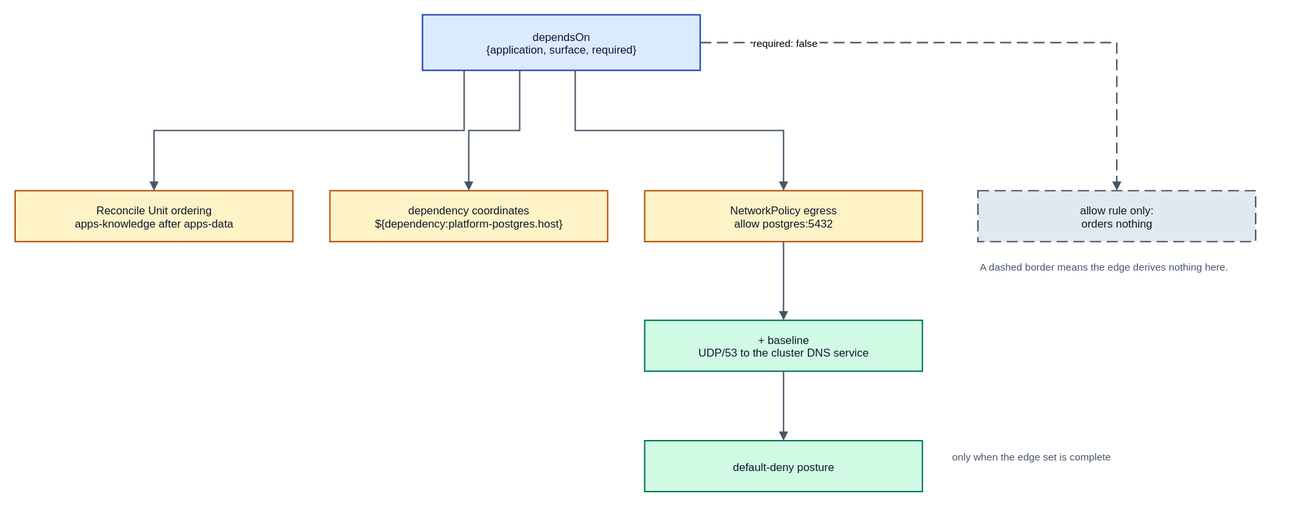
Earlier version of the draw.io export spec/v1/diagrams/16-edge-derives.drawio.svg (JorisJonkers-dev/deploy-kit). Source tidied: cells renumbered, new cells last; positions are measured from the earlier drawing's top-left corner, leaving out a move shared by most shapes.
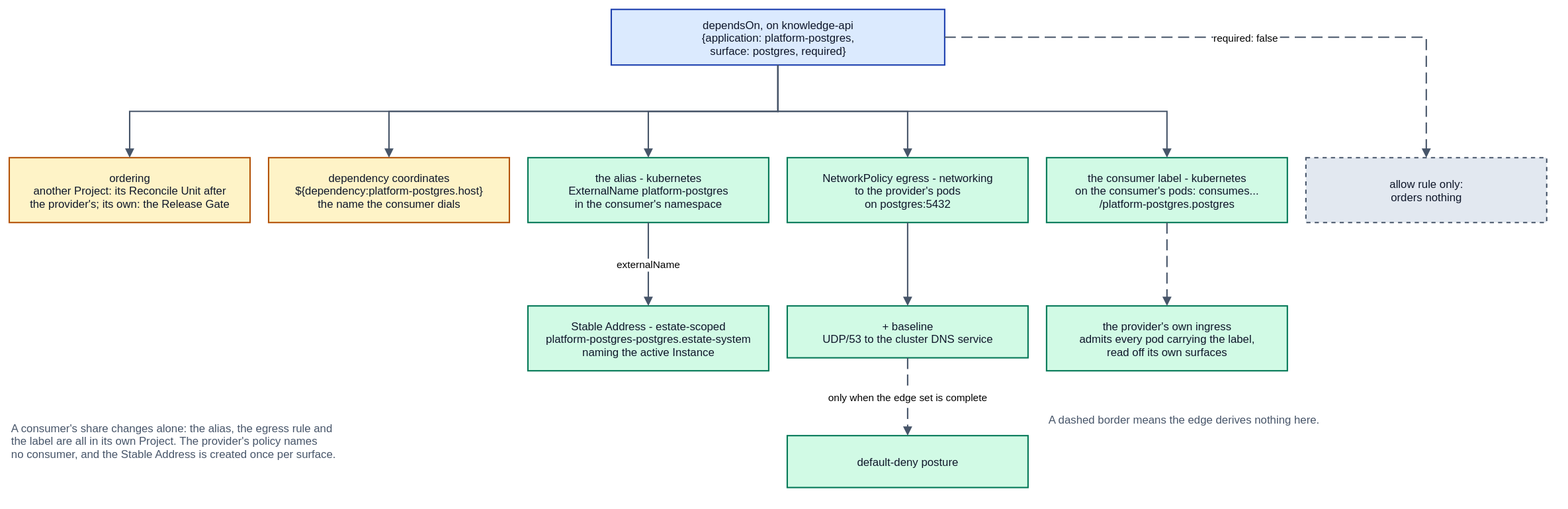
After the change.

Commit message:
docs(spec): redraw what a dependency edge derives with the alias, the Stable Address and the consumer label

Diff of the diagram source:
```diff
@@ -2,50 +2,74 @@
   <root>
     <mxCell id="0" />
     <mxCell id="1" parent="0" />
-    <mxCell id="2" value="dependsOn&#10;{application, surface, required}" style="rounded=0;whiteSpace=nowrap;html=0;align=center;verticalAlign=middle;fillColor=#dbeafe;strokeColor=#1e40af;strokeWidth=1.5;fontFamily=Helvetica;fontSize=12;fontColor=#0f172a;" parent="1" vertex="1">
-      <mxGeometry x="440" width="300" height="60" as="geometry" />
-    </mxCell>
-    <mxCell id="3" value="Reconcile Unit ordering&#10;apps-knowledge after apps-data" style="rounded=0;whiteSpace=nowrap;html=0;align=center;verticalAlign=middle;fillColor=#fef3c7;strokeColor=#b45309;strokeWidth=1.5;fontFamily=Helvetica;fontSize=12;fontColor=#0f172a;" parent="1" vertex="1">
-      <mxGeometry y="190" width="300" height="55" as="geometry" />
-    </mxCell>
-    <mxCell id="4" value="dependency coordinates&#10;${dependency:platform-postgres.host}" style="rounded=0;whiteSpace=nowrap;html=0;align=center;verticalAlign=middle;fillColor=#fef3c7;strokeColor=#b45309;strokeWidth=1.5;fontFamily=Helvetica;fontSize=12;fontColor=#0f172a;" parent="1" vertex="1">
-      <mxGeometry x="340" y="190" width="300" height="55" as="geometry" />
-    </mxCell>
-    <mxCell id="5" value="NetworkPolicy egress&#10;allow postgres:5432" style="rounded=0;whiteSpace=nowrap;html=0;align=center;verticalAlign=middle;fillColor=#fef3c7;strokeColor=#b45309;strokeWidth=1.5;fontFamily=Helvetica;fontSize=12;fontColor=#0f172a;" parent="1" vertex="1">
-      <mxGeometry x="680" y="190" width="300" height="55" as="geometry" />
-    </mxCell>
+    <mxCell id="17" value="dependsOn, on knowledge-api&#10;{application: platform-postgres,&#10;surface: postgres, required}" style="rounded=0;whiteSpace=nowrap;html=0;align=center;verticalAlign=middle;fillColor=#dbeafe;strokeColor=#1e40af;strokeWidth=1.5;fontFamily=Helvetica;fontSize=12;fontColor=#0f172a;" parent="1" vertex="1">
+      <mxGeometry x="650" width="360" height="60" as="geometry" />
+    </mxCell>
+    <mxCell id="18" value="ordering&#10;another Project: its Reconcile Unit after&#10;the provider's; its own: the Release Gate" style="rounded=0;whiteSpace=nowrap;html=0;align=center;verticalAlign=middle;fillColor=#fef3c7;strokeColor=#b45309;strokeWidth=1.5;fontFamily=Helvetica;fontSize=12;fontColor=#0f172a;" parent="1" vertex="1">
+      <mxGeometry y="160" width="260" height="70" as="geometry" />
+    </mxCell>
+    <mxCell id="19" value="dependency coordinates&#10;${dependency:platform-postgres.host}&#10;the name the consumer dials" style="rounded=0;whiteSpace=nowrap;html=0;align=center;verticalAlign=middle;fillColor=#fef3c7;strokeColor=#b45309;strokeWidth=1.5;fontFamily=Helvetica;fontSize=12;fontColor=#0f172a;" parent="1" vertex="1">
+      <mxGeometry x="280" y="160" width="260" height="70" as="geometry" />
+    </mxCell>
+    <mxCell id="20" value="the alias - kubernetes&#10;ExternalName platform-postgres&#10;in the consumer's namespace" style="rounded=0;whiteSpace=nowrap;html=0;align=center;verticalAlign=middle;fillColor=#d1fae5;strokeColor=#047857;strokeWidth=1.5;fontFamily=Helvetica;fontSize=12;fontColor=#0f172a;" parent="1" vertex="1">
+      <mxGeometry x="560" y="160" width="260" height="70" as="geometry" />
+    </mxCell>
+    <mxCell id="21" value="NetworkPolicy egress - networking&#10;to the provider's pods&#10;on postgres:5432" style="rounded=0;whiteSpace=nowrap;html=0;align=center;verticalAlign=middle;fillColor=#d1fae5;strokeColor=#047857;strokeWidth=1.5;fontFamily=Helvetica;fontSize=12;fontColor=#0f172a;" parent="1" vertex="1">
+      <mxGeometry x="840" y="160" width="260" height="70" as="geometry" />
+    </mxCell>
+    <mxCell id="22" value="the consumer label - kubernetes&#10;on the consumer's pods: consumes...&#10;/platform-postgres.postgres" style="rounded=0;whiteSpace=nowrap;html=0;align=center;verticalAlign=middle;fillColor=#d1fae5;strokeColor=#047857;strokeWidth=1.5;fontFamily=Helvetica;fontSize=12;fontColor=#0f172a;" parent="1" vertex="1">
+      <mxGeometry x="1120" y="160" width="260" height="70" as="geometry" />
+    </mxCell>
-    <mxCell id="6" value="allow rule only:&#10;orders nothing" style="rounded=0;whiteSpace=nowrap;html=0;align=center;verticalAlign=middle;fillColor=#e2e8f0;strokeColor=#475569;strokeWidth=1.5;fontFamily=Helvetica;fontSize=12;fontColor=#0f172a;dashed=1;dashPattern=8 4;" parent="1" vertex="1">
-      <mxGeometry x="1040" y="190" width="300" height="55" as="geometry" />
+    <mxCell id="6" value="allow rule only:&#10;orders nothing" style="rounded=0;whiteSpace=nowrap;html=0;align=center;verticalAlign=middle;fillColor=#e2e8f0;strokeColor=#475569;strokeWidth=1.5;fontFamily=Helvetica;fontSize=12;fontColor=#0f172a;dashed=1;" parent="1" vertex="1">
+      <mxGeometry x="1400" y="160" width="260" height="70" as="geometry" />
     </mxCell>
+    <mxCell id="23" style="edgeStyle=orthogonalEdgeStyle;rounded=0;html=0;jettySize=auto;jumpStyle=arc;jumpSize=8;endArrow=block;endFill=1;strokeColor=#475569;strokeWidth=1.5;fontSize=11;fontFamily=Helvetica;labelBackgroundColor=#ffffff;exitX=0.5;exitY=1;exitDx=0;exitDy=0;entryX=0.5;entryY=0;entryDx=0;entryDy=0;" parent="1" edge="1" source="17" target="18">
+      <mxGeometry relative="1" as="geometry" />
+    </mxCell>
+    <mxCell id="24" style="edgeStyle=orthogonalEdgeStyle;rounded=0;html=0;jettySize=auto;jumpStyle=arc;jumpSize=8;endArrow=block;endFill=1;strokeColor=#475569;strokeWidth=1.5;fontSize=11;fontFamily=Helvetica;labelBackgroundColor=#ffffff;exitX=0.5;exitY=1;exitDx=0;exitDy=0;entryX=0.5;entryY=0;entryDx=0;entryDy=0;" parent="1" edge="1" source="17" target="19">
+      <mxGeometry relative="1" as="geometry" />
+    </mxCell>
+    <mxCell id="25" style="edgeStyle=orthogonalEdgeStyle;rounded=0;html=0;jettySize=auto;jumpStyle=arc;jumpSize=8;endArrow=block;endFill=1;strokeColor=#475569;strokeWidth=1.5;fontSize=11;fontFamily=Helvetica;labelBackgroundColor=#ffffff;exitX=0.5;exitY=1;exitDx=0;exitDy=0;entryX=0.5;entryY=0;entryDx=0;entryDy=0;" parent="1" edge="1" source="17" target="20">
+      <mxGeometry relative="1" as="geometry" />
+    </mxCell>
+    <mxCell id="26" style="edgeStyle=orthogonalEdgeStyle;rounded=0;html=0;jettySize=auto;jumpStyle=arc;jumpSize=8;endArrow=block;endFill=1;strokeColor=#475569;strokeWidth=1.5;fontSize=11;fontFamily=Helvetica;labelBackgroundColor=#ffffff;exitX=0.5;exitY=1;exitDx=0;exitDy=0;entryX=0.5;entryY=0;entryDx=0;entryDy=0;" parent="1" edge="1" source="17" target="21">
+      <mxGeometry relative="1" as="geometry" />
+    </mxCell>
+    <mxCell id="27" style="edgeStyle=orthogonalEdgeStyle;rounded=0;html=0;jettySize=auto;jumpStyle=arc;jumpSize=8;endArrow=block;endFill=1;strokeColor=#475569;strokeWidth=1.5;fontSize=11;fontFamily=Helvetica;labelBackgroundColor=#ffffff;exitX=0.5;exitY=1;exitDx=0;exitDy=0;entryX=0.5;entryY=0;entryDx=0;entryDy=0;" parent="1" edge="1" source="17" target="22">
+      <mxGeometry relative="1" as="geometry" />
+    </mxCell>
+    <mxCell id="12" value="required: false" style="edgeStyle=orthogonalEdgeStyle;rounded=0;html=0;jettySize=auto;jumpStyle=arc;jumpSize=8;endArrow=block;endFill=1;strokeColor=#475569;strokeWidth=1.5;fontSize=11;fontFamily=Helvetica;labelBackgroundColor=#ffffff;exitX=1;exitY=0.5;exitDx=0;exitDy=0;entryX=0.5;entryY=0;entryDx=0;entryDy=0;dashed=1;dashPattern=8 4;" parent="1" edge="1" source="17" target="6">
+      <mxGeometry relative="1" as="geometry" />
+    </mxCell>
+    <mxCell id="28" value="Stable Address - estate-scoped&#10;platform-postgres-postgres.estate-system&#10;naming the active Instance" style="rounded=0;whiteSpace=nowrap;html=0;align=center;verticalAlign=middle;fillColor=#d1fae5;strokeColor=#047857;strokeWidth=1.5;fontFamily=Helvetica;fontSize=12;fontColor=#0f172a;" parent="1" vertex="1">
+      <mxGeometry x="560" y="320" width="260" height="70" as="geometry" />
+    </mxCell>
     <mxCell id="7" value="+ baseline&#10;UDP/53 to the cluster DNS service" style="rounded=0;whiteSpace=nowrap;html=0;align=center;verticalAlign=middle;fillColor=#d1fae5;strokeColor=#047857;strokeWidth=1.5;fontFamily=Helvetica;fontSize=12;fontColor=#0f172a;" parent="1" vertex="1">
-      <mxGeometry x="680" y="330" width="300" height="55" as="geometry" />
+      <mxGeometry x="840" y="320" width="260" height="56" as="geometry" />
     </mxCell>
+    <mxCell id="29" value="the provider's own ingress&#10;admits every pod carrying the label,&#10;read off its own surfaces" style="rounded=0;whiteSpace=nowrap;html=0;align=center;verticalAlign=middle;fillColor=#d1fae5;strokeColor=#047857;strokeWidth=1.5;fontFamily=Helvetica;fontSize=12;fontColor=#0f172a;" parent="1" vertex="1">
+      <mxGeometry x="1120" y="320" width="260" height="70" as="geometry" />
+    </mxCell>
     <mxCell id="8" value="default-deny posture" style="rounded=0;whiteSpace=nowrap;html=0;align=center;verticalAlign=middle;fillColor=#d1fae5;strokeColor=#047857;strokeWidth=1.5;fontFamily=Helvetica;fontSize=12;fontColor=#0f172a;" parent="1" vertex="1">
-      <mxGeometry x="680" y="460" width="300" height="55" as="geometry" />
+      <mxGeometry x="840" y="460" width="260" height="56" as="geometry" />
     </mxCell>
+    <mxCell id="30" value="externalName" style="edgeStyle=orthogonalEdgeStyle;rounded=0;html=0;jettySize=auto;jumpStyle=arc;jumpSize=8;endArrow=block;endFill=1;strokeColor=#475569;strokeWidth=1.5;fontSize=11;fontFamily=Helvetica;labelBackgroundColor=#ffffff;exitX=0.5;exitY=1;exitDx=0;exitDy=0;entryX=0.5;entryY=0;entryDx=0;entryDy=0;" parent="1" edge="1" source="20" target="28">
+      <mxGeometry relative="1" as="geometry" />
+    </mxCell>
-    <mxCell id="9" style="edgeStyle=orthogonalEdgeStyle;rounded=0;html=0;jettySize=auto;jumpStyle=arc;jumpSize=8;endArrow=block;endFill=1;strokeColor=#475569;strokeWidth=1.5;fontSize=11;fontFamily=Helvetica;labelBackgroundColor=#ffffff;exitX=0.15;exitY=1;exitDx=0;exitDy=0;entryX=0.5;entryY=0;entryDx=0;entryDy=0;" parent="1" edge="1" source="2" target="3">
+    <mxCell id="9" style="edgeStyle=orthogonalEdgeStyle;rounded=0;html=0;jettySize=auto;jumpStyle=arc;jumpSize=8;endArrow=block;endFill=1;strokeColor=#475569;strokeWidth=1.5;fontSize=11;fontFamily=Helvetica;labelBackgroundColor=#ffffff;exitX=0.5;exitY=1;exitDx=0;exitDy=0;entryX=0.5;entryY=0;entryDx=0;entryDy=0;" parent="1" edge="1" source="21" target="7">
       <mxGeometry relative="1" as="geometry" />
     </mxCell>
-    <mxCell id="10" style="edgeStyle=orthogonalEdgeStyle;rounded=0;html=0;jettySize=auto;jumpStyle=arc;jumpSize=8;endArrow=block;endFill=1;strokeColor=#475569;strokeWidth=1.5;fontSize=11;fontFamily=Helvetica;labelBackgroundColor=#ffffff;exitX=0.35;exitY=1;exitDx=0;exitDy=0;entryX=0.5;entryY=0;entryDx=0;entryDy=0;" parent="1" edge="1" source="2" target="4">
+    <mxCell id="10" style="edgeStyle=orthogonalEdgeStyle;rounded=0;html=0;jettySize=auto;jumpStyle=arc;jumpSize=8;endArrow=block;endFill=1;strokeColor=#475569;strokeWidth=1.5;fontSize=11;fontFamily=Helvetica;labelBackgroundColor=#ffffff;exitX=0.5;exitY=1;exitDx=0;exitDy=0;entryX=0.5;entryY=0;entryDx=0;entryDy=0;dashed=1;dashPattern=8 4;" parent="1" edge="1" source="22" target="29">
       <mxGeometry relative="1" as="geometry" />
     </mxCell>
-    <mxCell id="11" style="edgeStyle=orthogonalEdgeStyle;rounded=0;html=0;jettySize=auto;jumpStyle=arc;jumpSize=8;endArrow=block;endFill=1;strokeColor=#475569;strokeWidth=1.5;fontSize=11;fontFamily=Helvetica;labelBackgroundColor=#ffffff;exitX=0.55;exitY=1;exitDx=0;exitDy=0;entryX=0.5;entryY=0;entryDx=0;entryDy=0;" parent="1" edge="1" source="2" target="5">
+    <mxCell id="11" value="only when the edge set is complete" style="edgeStyle=orthogonalEdgeStyle;rounded=0;html=0;jettySize=auto;jumpStyle=arc;jumpSize=8;endArrow=block;endFill=1;strokeColor=#475569;strokeWidth=1.5;fontSize=11;fontFamily=Helvetica;labelBackgroundColor=#ffffff;exitX=0.5;exitY=1;exitDx=0;exitDy=0;entryX=0.5;entryY=0;entryDx=0;entryDy=0;dashed=1;dashPattern=8 4;" parent="1" edge="1" source="7" target="8">
       <mxGeometry relative="1" as="geometry" />
     </mxCell>
-    <mxCell id="12" value="required: false" style="edgeStyle=orthogonalEdgeStyle;rounded=0;html=0;jettySize=auto;jumpStyle=arc;jumpSize=8;endArrow=block;endFill=1;strokeColor=#475569;strokeWidth=1.5;fontSize=11;fontFamily=Helvetica;labelBackgroundColor=#ffffff;dashed=1;dashPattern=8 4;exitX=1;exitY=0.5;exitDx=0;exitDy=0;entryX=0.5;entryY=0;entryDx=0;entryDy=0;" parent="1" edge="1" source="2" target="6">
-      <mxGeometry x="-0.7" relative="1" as="geometry" />
-    </mxCell>
-    <mxCell id="13" style="edgeStyle=orthogonalEdgeStyle;rounded=0;html=0;jettySize=auto;jumpStyle=arc;jumpSize=8;endArrow=block;endFill=1;strokeColor=#475569;strokeWidth=1.5;fontSize=11;fontFamily=Helvetica;labelBackgroundColor=#ffffff;exitX=0.5;exitY=1;exitDx=0;exitDy=0;entryX=0.5;entryY=0;entryDx=0;entryDy=0;" parent="1" edge="1" source="5" target="7">
-      <mxGeometry relative="1" as="geometry" />
-    </mxCell>
-    <mxCell id="14" style="edgeStyle=orthogonalEdgeStyle;rounded=0;html=0;jettySize=auto;jumpStyle=arc;jumpSize=8;endArrow=block;endFill=1;strokeColor=#475569;strokeWidth=1.5;fontSize=11;fontFamily=Helvetica;labelBackgroundColor=#ffffff;exitX=0.5;exitY=1;exitDx=0;exitDy=0;entryX=0.5;entryY=0;entryDx=0;entryDy=0;" parent="1" edge="1" source="7" target="8">
-      <mxGeometry relative="1" as="geometry" />
-    </mxCell>
-    <mxCell id="15" value="only when the edge set is complete" style="text;html=0;strokeColor=none;fillColor=none;align=left;verticalAlign=middle;fontFamily=Helvetica;fontSize=11;fontColor=#475569;" parent="1" vertex="1">
-      <mxGeometry x="1010" y="465" width="300" height="24" as="geometry" />
-    </mxCell>
+    <mxCell id="31" value="A consumer's share changes alone: the alias, the egress rule and&#10;the label are all in its own Project. The provider's policy names&#10;no consumer, and the Stable Address is created once per surface." style="text;html=0;strokeColor=none;fillColor=none;align=left;verticalAlign=middle;fontFamily=Helvetica;fontSize=12;fontColor=#475569;" parent="1" vertex="1">
+      <mxGeometry y="430" width="520" height="70" as="geometry" />
+    </mxCell>
-    <mxCell id="16" value="A dashed border means the edge derives nothing here." style="text;html=0;strokeColor=none;fillColor=none;align=left;verticalAlign=middle;fontFamily=Helvetica;fontSize=11;fontColor=#475569;" parent="1" vertex="1">
-      <mxGeometry x="1040" y="260" width="320" height="24" as="geometry" />
+    <mxCell id="16" value="A dashed border means the edge derives nothing here." style="text;html=0;strokeColor=none;fillColor=none;align=left;verticalAlign=middle;fontFamily=Helvetica;fontSize=12;fontColor=#475569;" parent="1" vertex="1">
+      <mxGeometry x="1120" y="430" width="540" height="24" as="geometry" />
     </mxCell>
   </root>
 </mxGraphModel>
```
